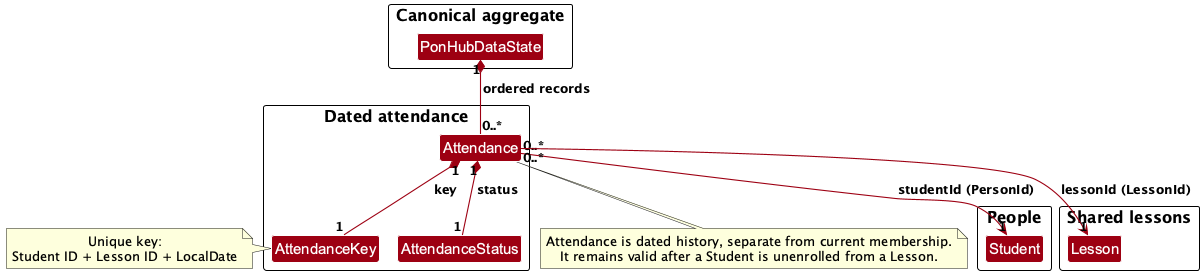
Earlier version of the PlantUML export docs/images/AttendanceClassDiagram.png (AY2627S1-CS2103T-F13-3/tp). Source of this version:
```plantuml
@startuml
!include style.puml
!pragma layout smetana

skinparam linetype ortho
skinparam nodesep 35
skinparam ranksep 45
skinparam arrowThickness 1.1
skinparam arrowColor MODEL_COLOR
skinparam classBackgroundColor MODEL_COLOR

package "Canonical aggregate" {
    class PonHubDataState
}

package "People" {
    class Student
}

package "Shared lessons" {
    class Lesson
}

package "Dated attendance" {
    class Attendance
    class AttendanceKey
    enum AttendanceStatus
}

PonHubDataState "1" *-- "0..*" Attendance : ordered records
Attendance "1" *-- "1" AttendanceKey : key
Attendance "1" *-- "1" AttendanceStatus : status
Attendance "0..*" --> "1" Student : studentId (PersonId)
Attendance "0..*" --> "1" Lesson : lessonId (LessonId)

note right of AttendanceKey
  Unique key:
  Student ID + Lesson ID + LocalDate
end note

note bottom of Attendance
  Attendance is dated history, separate from current membership.
  It remains valid after a Student is unenrolled from a Lesson.
end note

@enduml
```
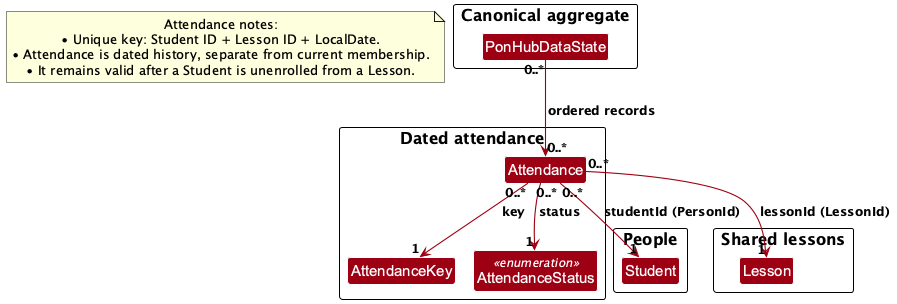
Above is the later version.

Change to the diagram source:
```diff
@@ -24,23 +24,20 @@
 package "Dated attendance" {
     class Attendance
     class AttendanceKey
-    enum AttendanceStatus
+    class AttendanceStatus <<enumeration>>
 }
 
-PonHubDataState "1" *-- "0..*" Attendance : ordered records
-Attendance "1" *-- "1" AttendanceKey : key
-Attendance "1" *-- "1" AttendanceStatus : status
+PonHubDataState "0..*" --> "0..*" Attendance : ordered records
+Attendance "0..*" --> "1" AttendanceKey : key
+Attendance "0..*" --> "1" AttendanceStatus : status
 Attendance "0..*" --> "1" Student : studentId (PersonId)
 Attendance "0..*" --> "1" Lesson : lessonId (LessonId)
 
-note right of AttendanceKey
-  Unique key:
-  Student ID + Lesson ID + LocalDate
-end note
-
-note bottom of Attendance
-  Attendance is dated history, separate from current membership.
-  It remains valid after a Student is unenrolled from a Lesson.
+note as AttendanceNotes
+  Attendance notes:
+  • Unique key: Student ID + Lesson ID + LocalDate.
+  • Attendance is dated history, separate from current membership.
+  • It remains valid after a Student is unenrolled from a Lesson.
 end note
 
 @enduml
```
